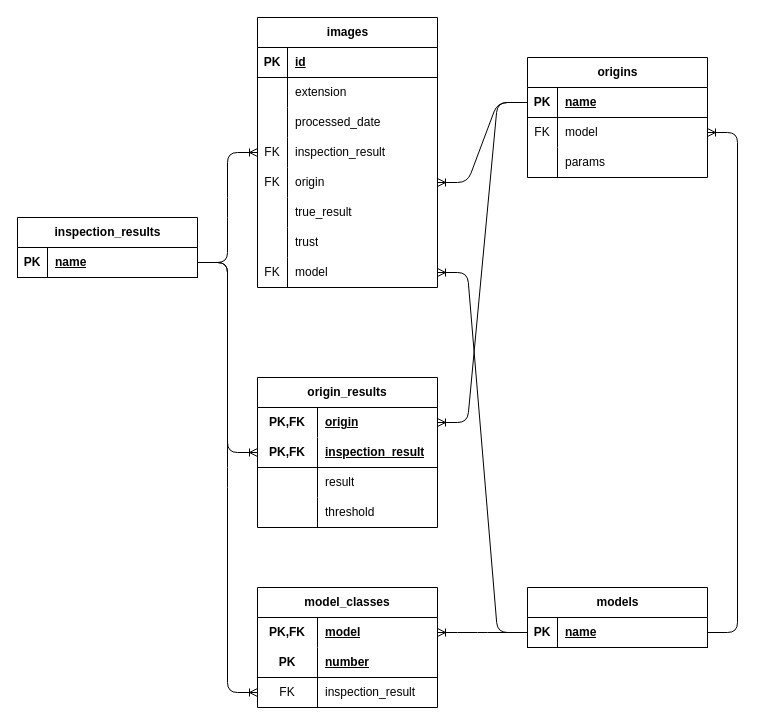
Earlier version of the draw.io diagram page "Database" (2 of 2) of docs/architecture.dio (Jaimead7/PartsSorter). Source tidied: cells renumbered, new cells numbered last; positions are measured from the earlier drawing's top-left corner, leaving out a move shared by most shapes. Both pictures are drawn from the tidied source at 100%, with x=0, y=0 at pixel (-23, 17).
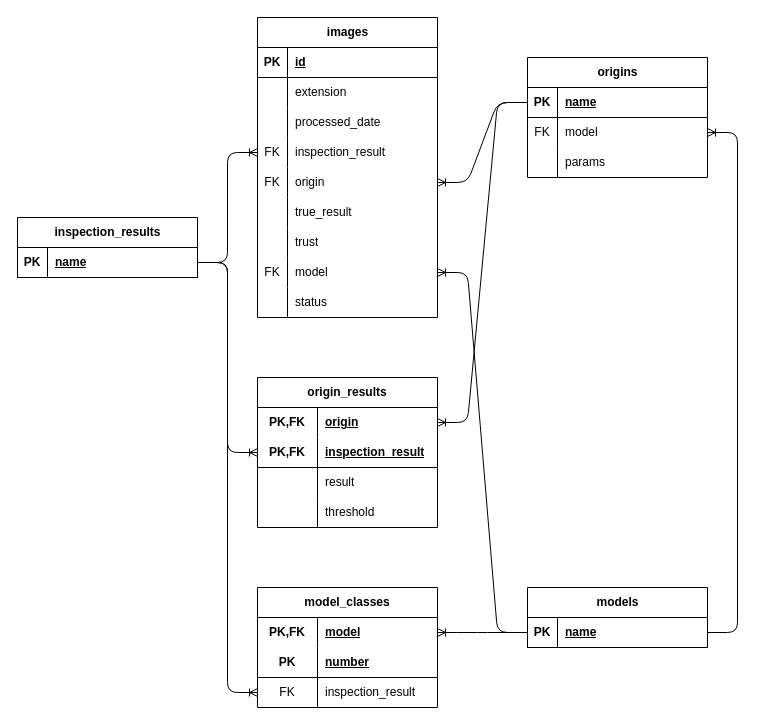
Above is the later version.

Change to the diagram source:
```diff
@@
     <mxCell id="7" value="images" style="shape=table;startSize=30;childLayout=tableLayout;rowLines=0;fontStyle=1;align=center;html=1;" parent="1" vertex="1">
-      <mxGeometry x="280" width="180" height="270" as="geometry" />
+      <mxGeometry x="280" width="180" height="300" as="geometry" />
     </mxCell>
@@
+    <mxCell id="76" style="shape=tableRow;horizontal=0;startSize=0;swimlaneHead=0;swimlaneBody=0;fillColor=none;top=0;left=0;right=0;bottom=0;" parent="7" vertex="1">
+      <mxGeometry y="270" width="180" height="30" as="geometry" />
+    </mxCell>
+    <mxCell id="77" style="shape=partialRectangle;fillColor=none;top=0;left=0;bottom=0;right=0;overflow=hidden;whiteSpace=wrap;html=1;" parent="76" vertex="1">
+      <mxGeometry width="30" height="30" as="geometry" />
+    </mxCell>
+    <mxCell id="78" value="status" style="shape=partialRectangle;fillColor=none;top=0;left=0;bottom=0;right=0;align=left;spacingLeft=6;overflow=hidden;whiteSpace=wrap;html=1;" parent="76" vertex="1">
+      <mxGeometry x="30" width="150" height="30" as="geometry" />
+    </mxCell>
```
